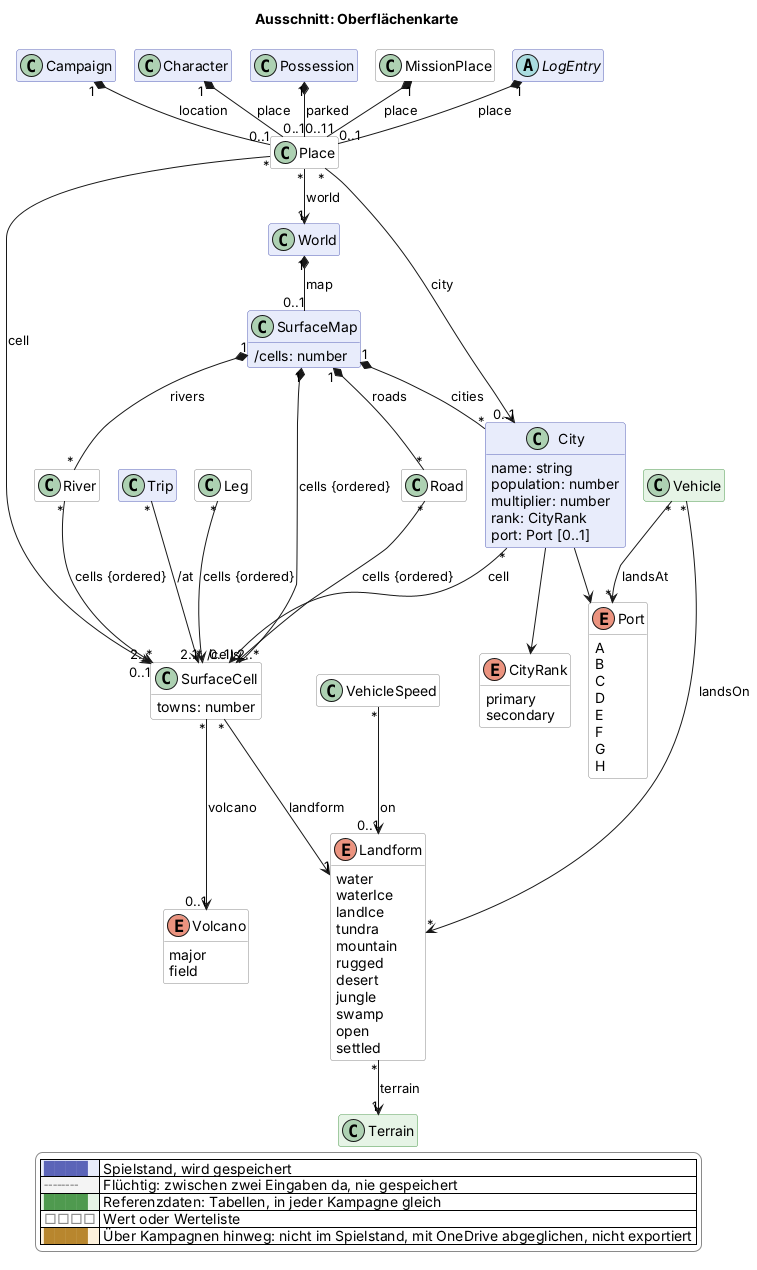
Earlier version of the PlantUML export docs/views/oberflaeche.png (scuzzar/SRE).
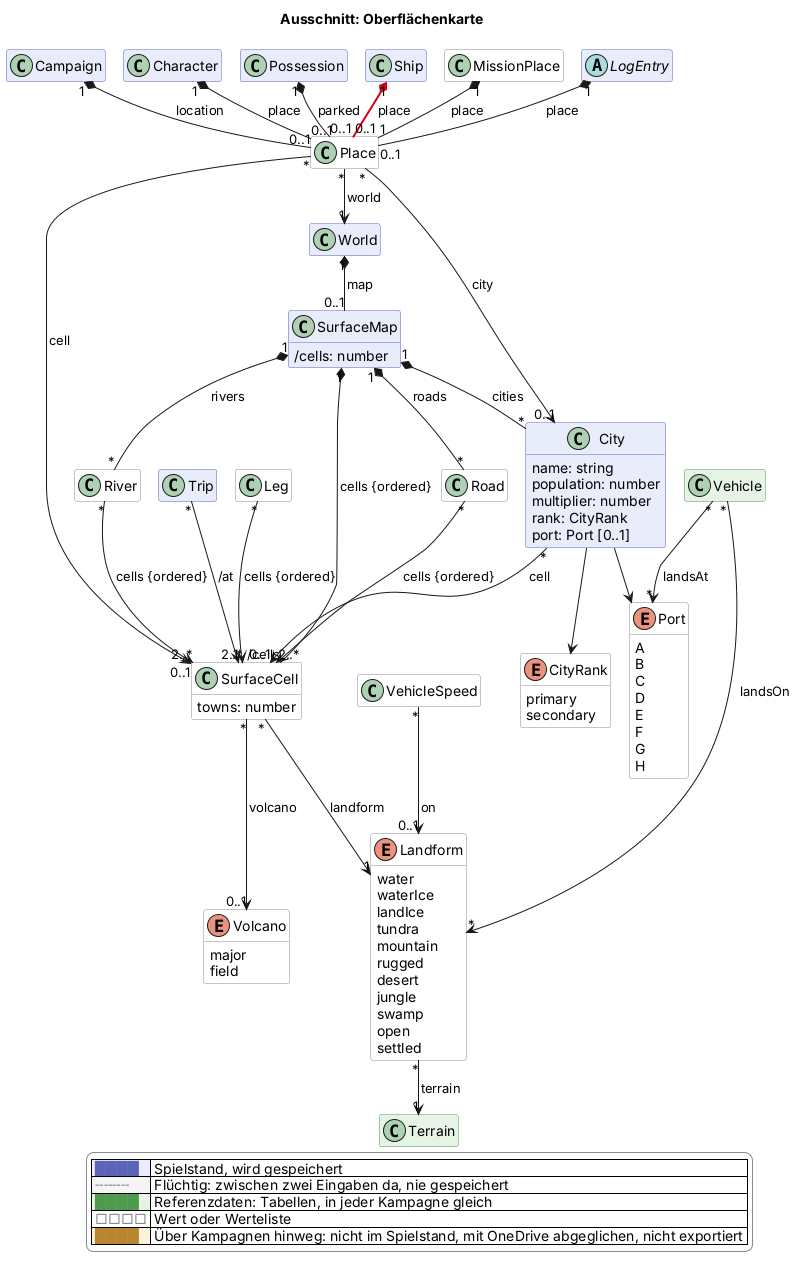
The same diagram one commit later.

Change to the diagram source:
```diff
@@ -73,6 +73,7 @@
   class Character $charakter
   class Possession $shop
 
+  class Ship $schiffe
 
 
 
@@ -142,6 +143,7 @@
 
 Campaign "1" *-- "0..1" Place : location
 
+Ship "1" *-$newArrow("2026-11-21")- "0..1" Place : place
 
 
 
```
